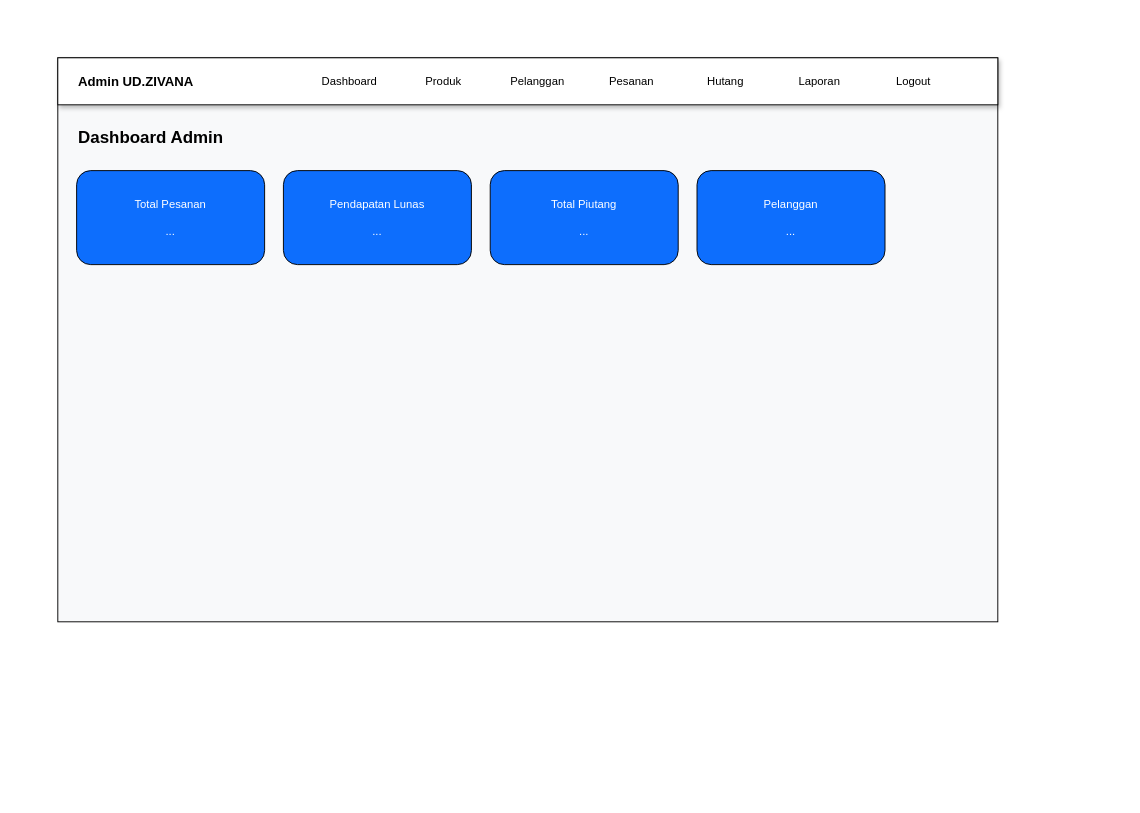
This is diagram/desain/admin/dashboard.drawio from RajaSunrise/ud_zivana, a draw.io file, before an edit. Source tidied: cells renumbered, new cells numbered last; positions are measured from the earlier drawing's top-left corner, leaving out a move shared by most shapes. Both pictures are drawn from the tidied source at 94%, with x=0, y=0 at pixel (57, 57).
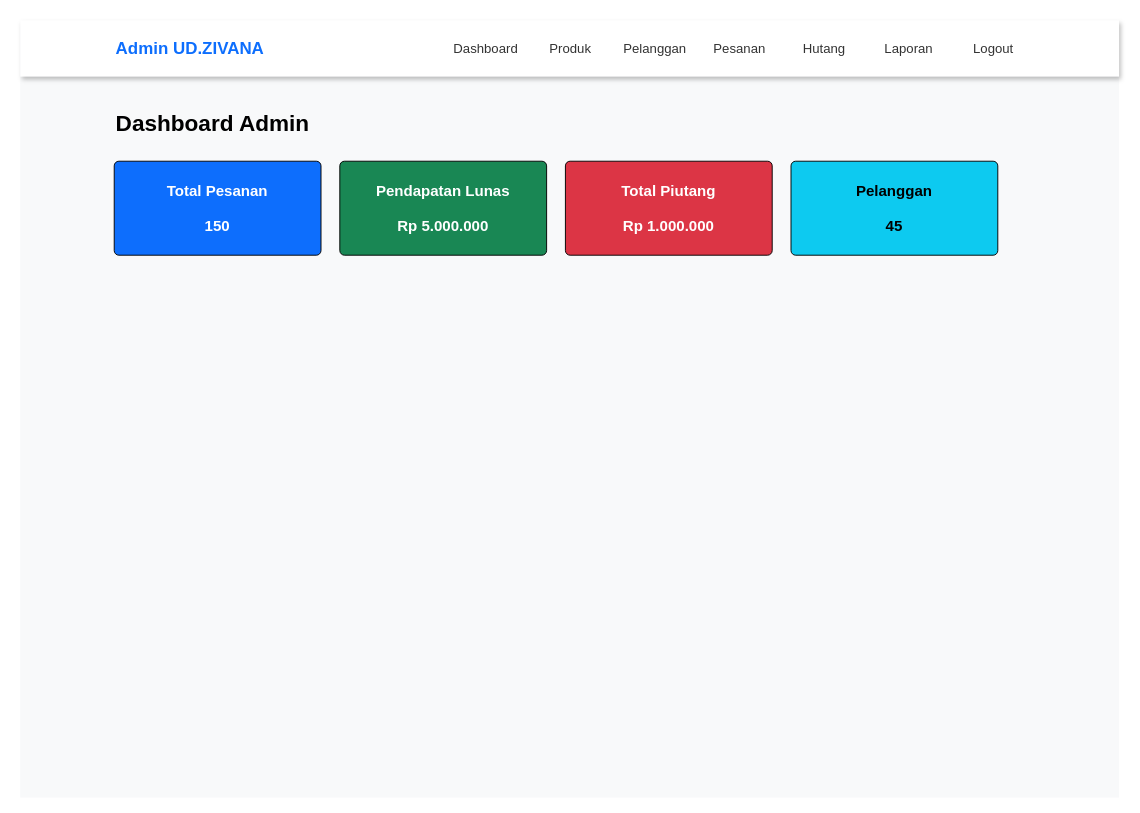
The same diagram, later.

Diff of the diagram source:
```diff
@@
 <mxGraphModel>
   <root>
     <mxCell id="0" />
     <mxCell id="1" parent="0" />
-    <mxCell id="2" style="rounded=0;whiteSpace=wrap;html=1;fillColor=#f8f9fa;" parent="1" vertex="1">
-      <mxGeometry width="1000" height="600" as="geometry" />
+    <mxCell id="2" style="rounded=0;whiteSpace=wrap;html=1;fillColor=#f8f9fa;strokeColor=none;" parent="1" vertex="1">
+      <mxGeometry x="-40" y="-40" width="1169" height="827" as="geometry" />
     </mxCell>
-    <mxCell id="3" style="rounded=0;whiteSpace=wrap;html=1;fillColor=#ffffff;shadow=1;" parent="1" vertex="1">
-      <mxGeometry width="1000" height="50" as="geometry" />
-    </mxCell>
+    <mxCell id="17" style="rounded=0;whiteSpace=wrap;html=1;fillColor=#ffffff;shadow=1;strokeColor=none;" parent="1" vertex="1">
+      <mxGeometry x="-40" y="-40" width="1169" height="60" as="geometry" />
+    </mxCell>
-    <mxCell id="4" value="Admin UD.ZIVANA" style="text;html=1;strokeColor=none;fillColor=none;align=left;verticalAlign=middle;fontStyle=1;fontSize=14;" parent="1" vertex="1">
-      <mxGeometry x="20" width="200" height="50" as="geometry" />
+    <mxCell id="4" value="Admin UD.ZIVANA" style="text;html=1;strokeColor=none;fillColor=none;align=left;verticalAlign=middle;fontStyle=1;fontSize=18;fontColor=#0d6efd;" parent="1" vertex="1">
+      <mxGeometry x="60" y="-30" width="200" height="40" as="geometry" />
     </mxCell>
-    <mxCell id="5" value="Dashboard" style="text;html=1;strokeColor=none;fillColor=none;align=center;verticalAlign=middle;" parent="1" vertex="1">
-      <mxGeometry x="260" width="100" height="50" as="geometry" />
+    <mxCell id="5" value="Dashboard" style="text;html=1;strokeColor=none;fillColor=none;align=center;verticalAlign=middle;fontSize=14;fontColor=#333333;" parent="1" vertex="1">
+      <mxGeometry x="410" y="-30" width="90" height="40" as="geometry" />
     </mxCell>
-    <mxCell id="6" value="Produk" style="text;html=1;strokeColor=none;fillColor=none;align=center;verticalAlign=middle;" parent="1" vertex="1">
-      <mxGeometry x="360" width="100" height="50" as="geometry" />
+    <mxCell id="6" value="Produk" style="text;html=1;strokeColor=none;fillColor=none;align=center;verticalAlign=middle;fontSize=14;fontColor=#333333;" parent="1" vertex="1">
+      <mxGeometry x="500" y="-30" width="90" height="40" as="geometry" />
     </mxCell>
-    <mxCell id="7" value="Pelanggan" style="text;html=1;strokeColor=none;fillColor=none;align=center;verticalAlign=middle;" parent="1" vertex="1">
-      <mxGeometry x="460" width="100" height="50" as="geometry" />
+    <mxCell id="7" value="Pelanggan" style="text;html=1;strokeColor=none;fillColor=none;align=center;verticalAlign=middle;fontSize=14;fontColor=#333333;" parent="1" vertex="1">
+      <mxGeometry x="590" y="-30" width="90" height="40" as="geometry" />
     </mxCell>
-    <mxCell id="8" value="Pesanan" style="text;html=1;strokeColor=none;fillColor=none;align=center;verticalAlign=middle;" parent="1" vertex="1">
-      <mxGeometry x="560" width="100" height="50" as="geometry" />
+    <mxCell id="8" value="Pesanan" style="text;html=1;strokeColor=none;fillColor=none;align=center;verticalAlign=middle;fontSize=14;fontColor=#333333;" parent="1" vertex="1">
+      <mxGeometry x="680" y="-30" width="90" height="40" as="geometry" />
     </mxCell>
-    <mxCell id="9" value="Hutang" style="text;html=1;strokeColor=none;fillColor=none;align=center;verticalAlign=middle;" parent="1" vertex="1">
-      <mxGeometry x="660" width="100" height="50" as="geometry" />
+    <mxCell id="9" value="Hutang" style="text;html=1;strokeColor=none;fillColor=none;align=center;verticalAlign=middle;fontSize=14;fontColor=#333333;" parent="1" vertex="1">
+      <mxGeometry x="770" y="-30" width="90" height="40" as="geometry" />
     </mxCell>
-    <mxCell id="10" value="Laporan" style="text;html=1;strokeColor=none;fillColor=none;align=center;verticalAlign=middle;" parent="1" vertex="1">
-      <mxGeometry x="760" width="100" height="50" as="geometry" />
+    <mxCell id="10" value="Laporan" style="text;html=1;strokeColor=none;fillColor=none;align=center;verticalAlign=middle;fontSize=14;fontColor=#333333;" parent="1" vertex="1">
+      <mxGeometry x="860" y="-30" width="90" height="40" as="geometry" />
     </mxCell>
-    <mxCell id="11" value="Logout" style="text;html=1;strokeColor=none;fillColor=none;align=center;verticalAlign=middle;" parent="1" vertex="1">
-      <mxGeometry x="860" width="100" height="50" as="geometry" />
+    <mxCell id="11" value="Logout" style="text;html=1;strokeColor=none;fillColor=none;align=center;verticalAlign=middle;fontSize=14;fontColor=#333333;" parent="1" vertex="1">
+      <mxGeometry x="950" y="-30" width="90" height="40" as="geometry" />
     </mxCell>
-    <mxCell id="12" value="Dashboard Admin" style="text;html=1;strokeColor=none;fillColor=none;align=left;verticalAlign=middle;fontSize=18;fontStyle=1;" parent="1" vertex="1">
-      <mxGeometry x="20" y="70" width="300" height="30" as="geometry" />
+    <mxCell id="12" value="Dashboard Admin" style="text;html=1;strokeColor=none;fillColor=none;align=left;verticalAlign=middle;fontSize=24;fontStyle=1;" parent="1" vertex="1">
+      <mxGeometry x="60" y="50" width="300" height="40" as="geometry" />
     </mxCell>
-    <mxCell id="13" value="Total Pesanan&#10;&#10;..." style="rounded=1;whiteSpace=wrap;html=1;fillColor=#0d6efd;fontColor=#ffffff;" parent="1" vertex="1">
-      <mxGeometry x="20" y="120" width="200" height="100" as="geometry" />
+    <mxCell id="13" value="Total Pesanan&#10;&#10;150" style="rounded=1;arcSize=5;whiteSpace=wrap;html=1;fillColor=#0d6efd;fontColor=#ffffff;fontStyle=1;fontSize=16;" parent="1" vertex="1">
+      <mxGeometry x="60" y="110" width="220" height="100" as="geometry" />
     </mxCell>
-    <mxCell id="14" value="Pendapatan Lunas&#10;&#10;..." style="rounded=1;whiteSpace=wrap;html=1;fillColor=#0d6efd;fontColor=#ffffff;" parent="1" vertex="1">
-      <mxGeometry x="240" y="120" width="200" height="100" as="geometry" />
+    <mxCell id="14" value="Pendapatan Lunas&#10;&#10;Rp 5.000.000" style="rounded=1;arcSize=5;whiteSpace=wrap;html=1;fillColor=#198754;fontColor=#ffffff;fontStyle=1;fontSize=16;" parent="1" vertex="1">
+      <mxGeometry x="300" y="110" width="220" height="100" as="geometry" />
     </mxCell>
-    <mxCell id="15" value="Total Piutang&#10;&#10;..." style="rounded=1;whiteSpace=wrap;html=1;fillColor=#0d6efd;fontColor=#ffffff;" parent="1" vertex="1">
-      <mxGeometry x="460" y="120" width="200" height="100" as="geometry" />
+    <mxCell id="15" value="Total Piutang&#10;&#10;Rp 1.000.000" style="rounded=1;arcSize=5;whiteSpace=wrap;html=1;fillColor=#dc3545;fontColor=#ffffff;fontStyle=1;fontSize=16;" parent="1" vertex="1">
+      <mxGeometry x="540" y="110" width="220" height="100" as="geometry" />
     </mxCell>
-    <mxCell id="16" value="Pelanggan&#10;&#10;..." style="rounded=1;whiteSpace=wrap;html=1;fillColor=#0d6efd;fontColor=#ffffff;" parent="1" vertex="1">
-      <mxGeometry x="680" y="120" width="200" height="100" as="geometry" />
+    <mxCell id="16" value="Pelanggan&#10;&#10;45" style="rounded=1;arcSize=5;whiteSpace=wrap;html=1;fillColor=#0dcaf0;fontColor=#000000;fontStyle=1;fontSize=16;" parent="1" vertex="1">
+      <mxGeometry x="780" y="110" width="220" height="100" as="geometry" />
     </mxCell>
   </root>
 </mxGraphModel>
```
